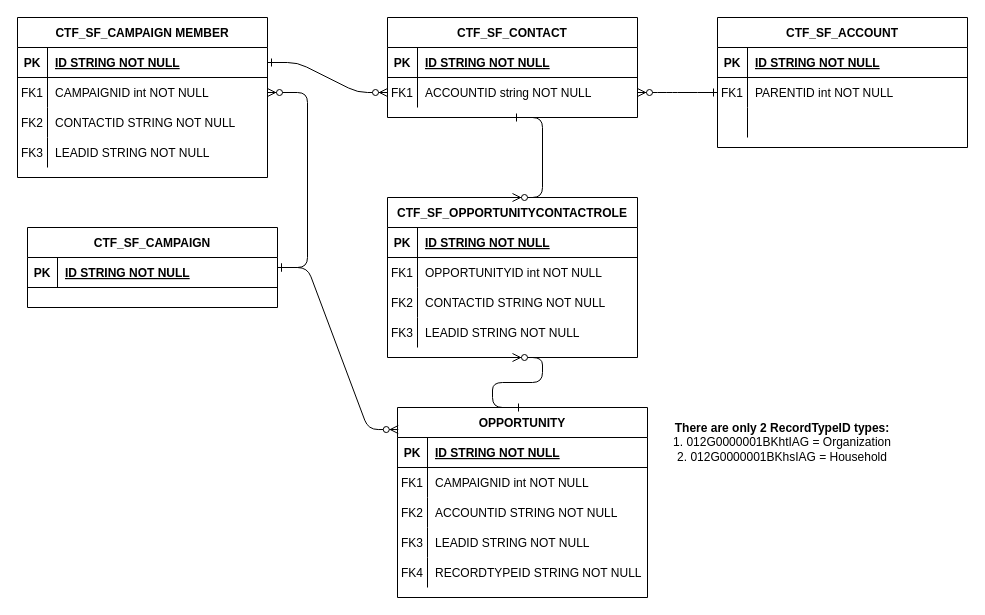
Earlier version of the draw.io diagram docs/CTF ERD.drawio (aa-ctf-hackathon/ctf-analytics). Source tidied: cells renumbered, new cells numbered last; positions are measured from the earlier drawing's top-left corner, leaving out a move shared by most shapes. Both pictures are drawn from the tidied source at 100%, with x=0, y=0 at pixel (17, 17).
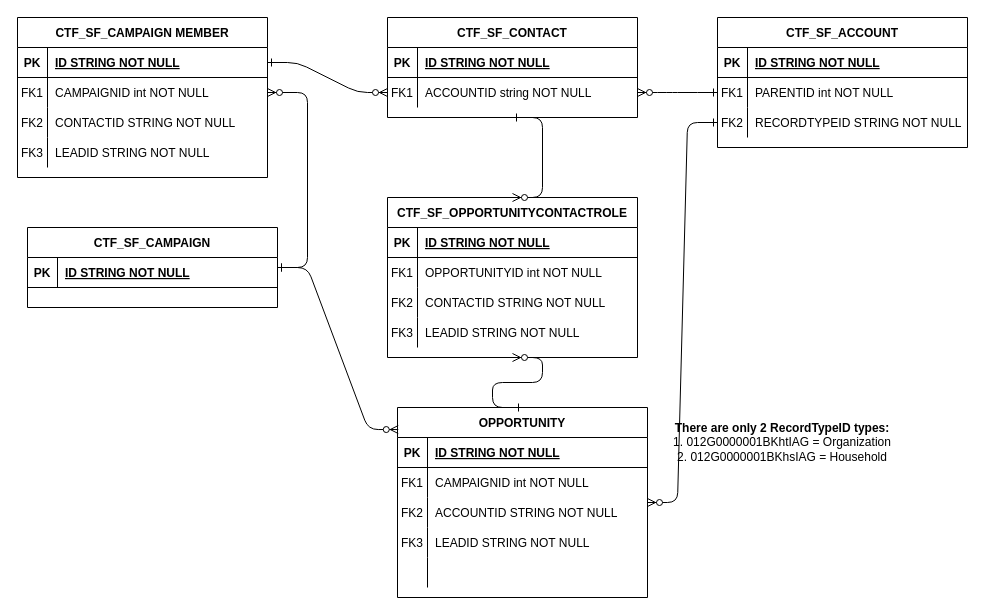
After the change.

Unchanged cells that the change refers to:
```xml
<mxCell id="28" value="OPPORTUNITY" style="shape=table;startSize=30;childLayout=tableLayout;rowLines=0;fontStyle=1;align=center;" parent="1" vertex="1">
  <mxGeometry x="380" y="390" width="250" height="190" as="geometry" />
</mxCell>
<mxCell id="41" style="shape=partialRectangle;fillColor=none;top=0;left=0;right=0;bottom=0;" parent="28" vertex="1">
  <mxGeometry y="150" width="250" height="30" as="geometry" />
</mxCell>
<mxCell id="66" style="shape=partialRectangle;fillColor=none;points=[[0,0.5],[1,0.5]];portConstraint=eastwest;top=0;left=0;right=0;bottom=0;" parent="59" vertex="1">
  <mxGeometry y="90" width="250" height="30" as="geometry" />
</mxCell>
```

The edit, as a diff of the source:
```diff
@@
-    <mxCell id="42" value="FK4" style="shape=partialRectangle;overflow=hidden;fillColor=none;top=0;left=0;bottom=0;right=0;" parent="41" vertex="1">
+    <mxCell id="42" style="shape=partialRectangle;overflow=hidden;fillColor=none;top=0;left=0;bottom=0;right=0;" parent="41" vertex="1">
       <mxGeometry width="30" height="30" as="geometry" />
     </mxCell>
-    <mxCell id="43" value="RECORDTYPEID STRING NOT NULL" style="shape=partialRectangle;overflow=hidden;fillColor=none;top=0;left=0;bottom=0;right=0;align=left;spacingLeft=6;" parent="41" vertex="1">
+    <mxCell id="43" style="shape=partialRectangle;overflow=hidden;fillColor=none;top=0;left=0;bottom=0;right=0;align=left;spacingLeft=6;" parent="41" vertex="1">
       <mxGeometry x="30" width="220" height="30" as="geometry" />
     </mxCell>
@@
-    <mxCell id="67" style="shape=partialRectangle;overflow=hidden;fillColor=none;top=0;left=0;bottom=0;right=0;" parent="66" vertex="1">
+    <mxCell id="67" value="FK2" style="shape=partialRectangle;overflow=hidden;fillColor=none;top=0;left=0;bottom=0;right=0;" parent="66" vertex="1">
       <mxGeometry width="30" height="30" as="geometry" />
     </mxCell>
-    <mxCell id="68" style="shape=partialRectangle;overflow=hidden;fillColor=none;top=0;left=0;bottom=0;right=0;align=left;spacingLeft=6;" parent="66" vertex="1">
+    <mxCell id="68" value="RECORDTYPEID STRING NOT NULL" style="shape=partialRectangle;overflow=hidden;fillColor=none;top=0;left=0;bottom=0;right=0;align=left;spacingLeft=6;" parent="66" vertex="1">
       <mxGeometry x="30" width="220" height="30" as="geometry" />
     </mxCell>
@@
+    <mxCell id="72" style="edgeStyle=entityRelationEdgeStyle;endArrow=ERzeroToMany;startArrow=ERone;endFill=1;startFill=0;" parent="1" edge="1" source="66" target="28">
+      <mxGeometry relative="1" as="geometry" />
+    </mxCell>
```
